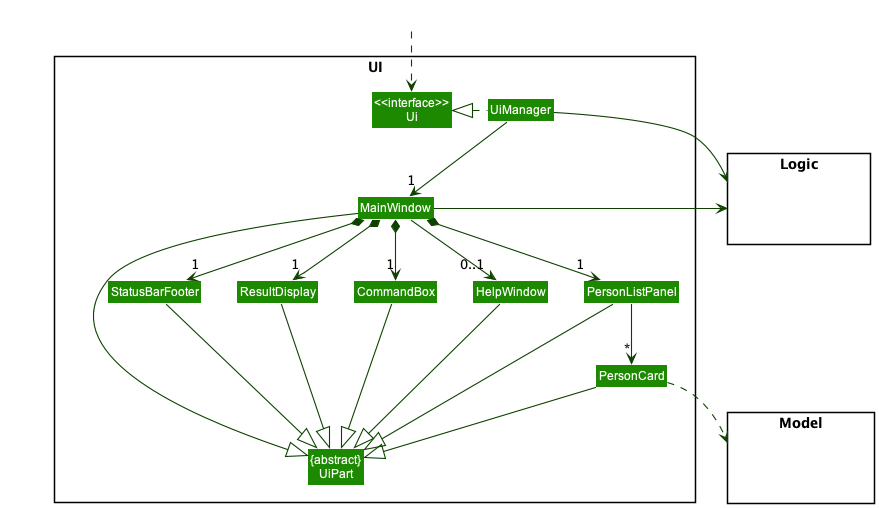
The PlantUML diagram docs/images/UiClassDiagram.png in nus-cs2103-AY2223S1/tp, before a commit.
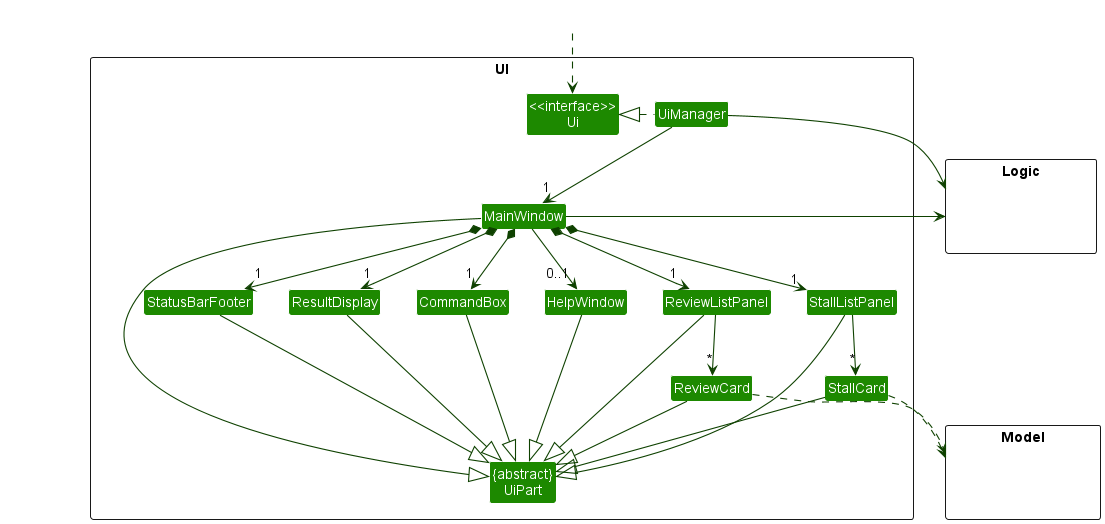
Later version of the same file.

Diff of the diagram source:
```diff
@@ -11,8 +11,10 @@
 Class MainWindow
 Class HelpWindow
 Class ResultDisplay
-Class PersonListPanel
-Class PersonCard
+Class StallListPanel
+Class StallCard
+Class ReviewListPanel
+Class ReviewCard
 Class StatusBarFooter
 Class CommandBox
 }
@@ -32,26 +34,32 @@
 UiManager -down-> "1" MainWindow
 MainWindow *-down->  "1" CommandBox
 MainWindow *-down-> "1" ResultDisplay
-MainWindow *-down-> "1" PersonListPanel
+MainWindow *-down-> "1" StallListPanel
+MainWindow *-down-> "1" ReviewListPanel
 MainWindow *-down-> "1" StatusBarFooter
 MainWindow --> "0..1" HelpWindow
 
-PersonListPanel -down-> "*" PersonCard
+StallListPanel -down-> "*" StallCard
+ReviewListPanel -down-> "*" ReviewCard
 
 MainWindow -left-|> UiPart
 
 ResultDisplay --|> UiPart
 CommandBox --|> UiPart
-PersonListPanel --|> UiPart
-PersonCard --|> UiPart
+StallListPanel --|> UiPart
+StallCard --|> UiPart
+ReviewListPanel --|> UiPart
+ReviewCard --|> UiPart
 StatusBarFooter --|> UiPart
 HelpWindow --|> UiPart
 
-PersonCard ..> Model
+StallCard ..> Model
+ReviewCard ..> Model
 UiManager -right-> Logic
 MainWindow -left-> Logic
 
-PersonListPanel -[hidden]left- HelpWindow
+StallListPanel -[hidden]left- HelpWindow
+ReviewListPanel -[hidden]left- HelpWindow
 HelpWindow -[hidden]left- CommandBox
 CommandBox -[hidden]left- ResultDisplay
 ResultDisplay -[hidden]left- StatusBarFooter
```
